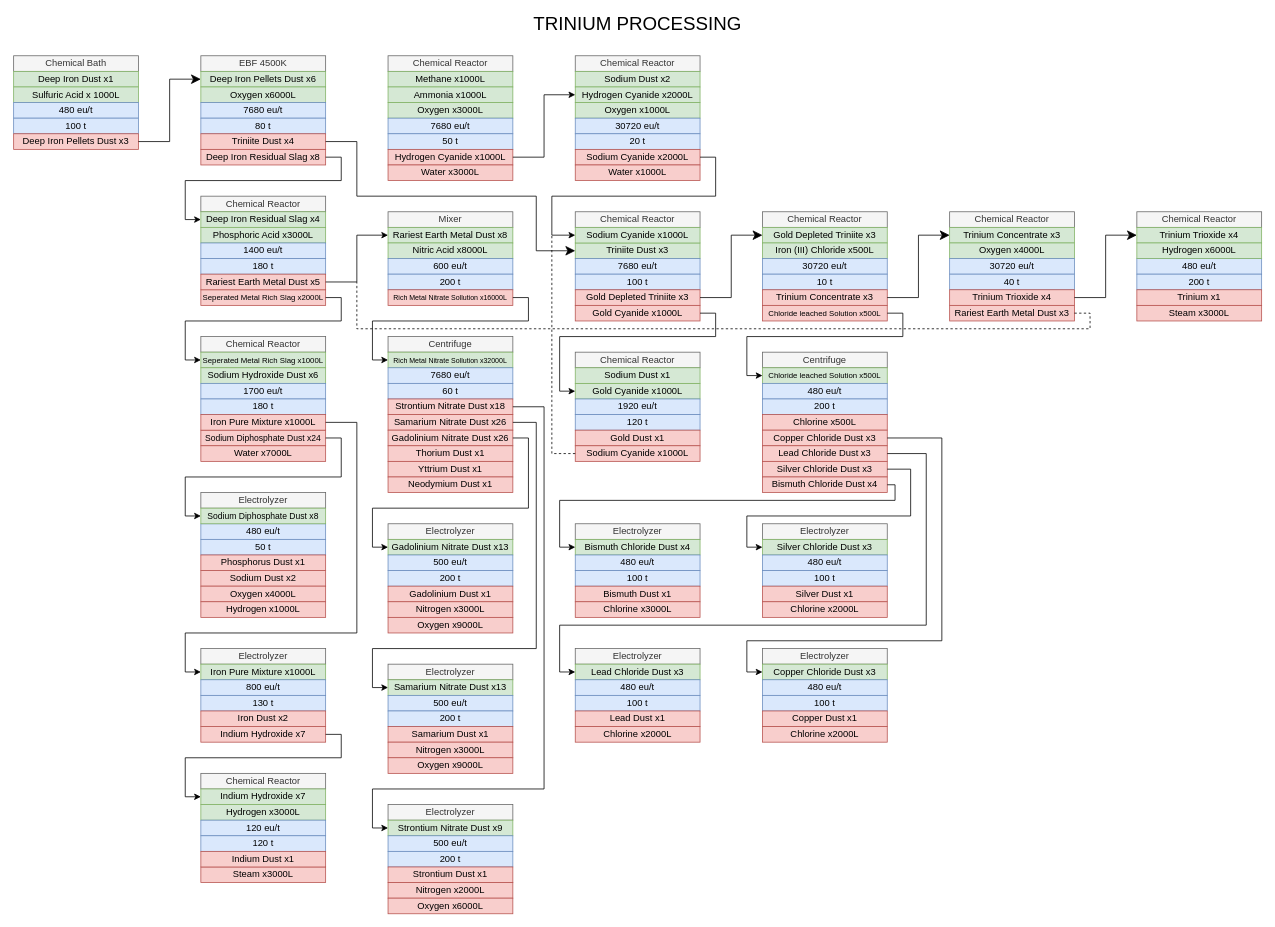
The draw.io diagram concepts/Trinium.drawio in GT-IMPACT/IMPACT-MODPACK, before the edit. Source tidied: cells renumbered, new cells numbered last; positions are measured from the earlier drawing's top-left corner, leaving out a move shared by most shapes. Both pictures are drawn from the tidied source at 78%, with x=0, y=0 at pixel (13, 16).
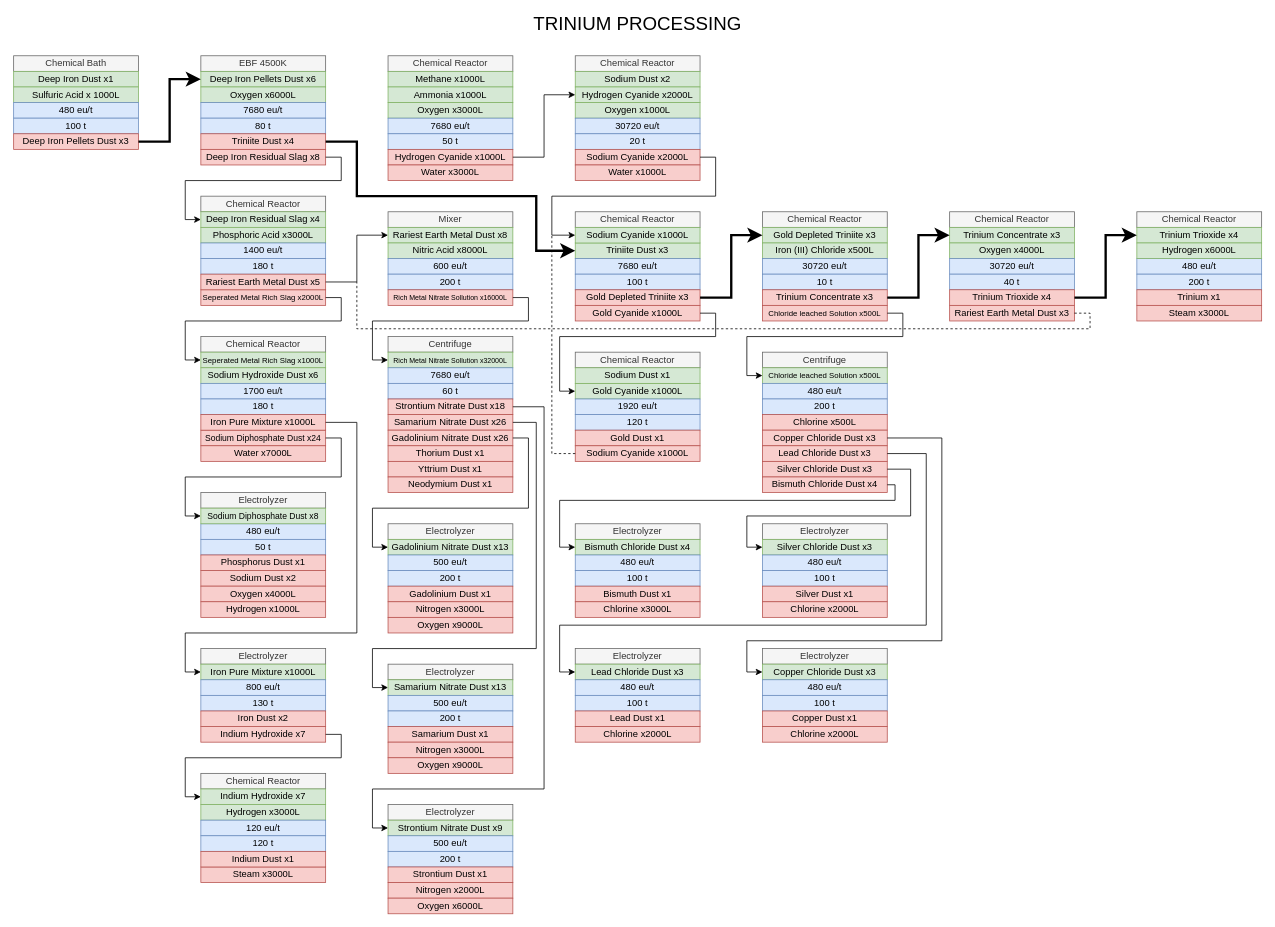
The same diagram, later.

Unchanged cells that the change refers to:
```xml
<mxCell id="7" value="&lt;font style=&quot;font-size: 12px&quot;&gt;Deep Iron Pellets Dust x3&lt;/font&gt;" style="rounded=0;whiteSpace=wrap;html=1;fillColor=#f8cecc;strokeColor=#b85450;" parent="1" vertex="1">
  <mxGeometry y="150" width="160" height="20" as="geometry" />
</mxCell>
<mxCell id="9" value="&lt;font style=&quot;font-size: 12px&quot;&gt;Deep Iron Pellets Dust x6&lt;/font&gt;" style="rounded=0;whiteSpace=wrap;html=1;fillColor=#d5e8d4;strokeColor=#82b366;" parent="1" vertex="1">
  <mxGeometry x="240" y="70" width="160" height="20" as="geometry" />
</mxCell>
<mxCell id="13" value="&lt;font style=&quot;font-size: 12px&quot;&gt;Triniite Dust x4&lt;/font&gt;" style="rounded=0;whiteSpace=wrap;html=1;fillColor=#f8cecc;strokeColor=#b85450;" parent="1" vertex="1">
  <mxGeometry x="240" y="150" width="160" height="20" as="geometry" />
</mxCell>
<mxCell id="100" value="&lt;font style=&quot;font-size: 12px&quot;&gt;Triniite Dust x3&lt;/font&gt;" style="rounded=0;whiteSpace=wrap;html=1;fillColor=#d5e8d4;strokeColor=#82b366;" parent="1" vertex="1">
  <mxGeometry x="720" y="290" width="160" height="20" as="geometry" />
</mxCell>
<mxCell id="104" value="&lt;font style=&quot;font-size: 12px&quot;&gt;Gold Depleted Triniite x3&lt;/font&gt;" style="rounded=0;whiteSpace=wrap;html=1;fillColor=#f8cecc;strokeColor=#b85450;" parent="1" vertex="1">
  <mxGeometry x="720" y="350" width="160" height="20" as="geometry" />
</mxCell>
<mxCell id="135" value="&lt;font style=&quot;font-size: 12px&quot;&gt;Gold Depleted Triniite x3&lt;/font&gt;" style="rounded=0;whiteSpace=wrap;html=1;fillColor=#d5e8d4;strokeColor=#82b366;" parent="1" vertex="1">
  <mxGeometry x="960" y="270" width="160" height="20" as="geometry" />
</mxCell>
<mxCell id="139" value="&lt;font style=&quot;font-size: 12px&quot;&gt;Trinium Concentrate x3&lt;/font&gt;" style="rounded=0;whiteSpace=wrap;html=1;fillColor=#f8cecc;strokeColor=#b85450;" parent="1" vertex="1">
  <mxGeometry x="960" y="350" width="160" height="20" as="geometry" />
</mxCell>
<mxCell id="181" value="&lt;font style=&quot;font-size: 12px&quot;&gt;Trinium Concentrate x3&lt;/font&gt;" style="rounded=0;whiteSpace=wrap;html=1;fillColor=#d5e8d4;strokeColor=#82b366;" parent="1" vertex="1">
  <mxGeometry x="1200" y="270" width="160" height="20" as="geometry" />
</mxCell>
<mxCell id="185" value="&lt;font style=&quot;font-size: 12px&quot;&gt;Trinium Trioxide x4&lt;/font&gt;" style="rounded=0;whiteSpace=wrap;html=1;fillColor=#f8cecc;strokeColor=#b85450;" parent="1" vertex="1">
  <mxGeometry x="1200" y="350" width="160" height="20" as="geometry" />
</mxCell>
<mxCell id="192" value="&lt;font style=&quot;font-size: 12px&quot;&gt;Trinium Trioxide x4&lt;/font&gt;" style="rounded=0;whiteSpace=wrap;html=1;fillColor=#d5e8d4;strokeColor=#82b366;" parent="1" vertex="1">
  <mxGeometry x="1440" y="270" width="160" height="20" as="geometry" />
</mxCell>
```

The edit, as a diff of the source:
```diff
@@
-    <mxCell id="15" style="endArrow=classic;html=1;exitX=1;exitY=0.5;exitDx=0;exitDy=0;entryX=0;entryY=0.5;entryDx=0;entryDy=0;rounded=0;endSize=10;startSize=10;jumpSize=6;" parent="1" edge="1" source="7" target="9">
+    <mxCell id="15" style="endArrow=classic;html=1;exitX=1;exitY=0.5;exitDx=0;exitDy=0;entryX=0;entryY=0.5;entryDx=0;entryDy=0;rounded=0;endSize=10;startSize=10;jumpSize=6;strokeWidth=3;" parent="1" edge="1" source="7" target="9">
       <mxGeometry relative="1" as="geometry">
         <Array as="points">
           <mxPoint x="200" y="160" />
           <mxPoint x="200" y="80" />
         </Array>
       </mxGeometry>
     </mxCell>
@@
-    <mxCell id="106" style="endArrow=classic;html=1;exitX=1;exitY=0.5;exitDx=0;exitDy=0;entryX=0;entryY=0.5;entryDx=0;entryDy=0;rounded=0;endSize=10;startSize=10;" parent="1" edge="1" source="13" target="100">
+    <mxCell id="106" style="endArrow=classic;html=1;exitX=1;exitY=0.5;exitDx=0;exitDy=0;entryX=0;entryY=0.5;entryDx=0;entryDy=0;rounded=0;endSize=10;startSize=10;strokeWidth=3;" parent="1" edge="1" source="13" target="100">
       <mxGeometry relative="1" as="geometry">
         <Array as="points">
           <mxPoint x="440" y="160" />
           <mxPoint x="440" y="230" />
           <mxPoint x="670" y="230" />
           <mxPoint x="670" y="300" />
         </Array>
       </mxGeometry>
     </mxCell>
@@
-    <mxCell id="141" style="endArrow=classic;html=1;startSize=10;endSize=10;exitX=1;exitY=0.5;exitDx=0;exitDy=0;entryX=0;entryY=0.5;entryDx=0;entryDy=0;rounded=0;" parent="1" edge="1" source="104" target="135">
+    <mxCell id="141" style="endArrow=classic;html=1;startSize=10;endSize=10;exitX=1;exitY=0.5;exitDx=0;exitDy=0;entryX=0;entryY=0.5;entryDx=0;entryDy=0;rounded=0;strokeWidth=3;" parent="1" edge="1" source="104" target="135">
       <mxGeometry relative="1" as="geometry">
         <Array as="points">
           <mxPoint x="920" y="360" />
           <mxPoint x="920" y="280" />
         </Array>
       </mxGeometry>
     </mxCell>
@@
-    <mxCell id="187" style="endArrow=classic;html=1;startSize=10;endSize=10;exitX=1;exitY=0.5;exitDx=0;exitDy=0;entryX=0;entryY=0.5;entryDx=0;entryDy=0;rounded=0;" parent="1" edge="1" source="139" target="181">
+    <mxCell id="187" style="endArrow=classic;html=1;startSize=10;endSize=10;exitX=1;exitY=0.5;exitDx=0;exitDy=0;entryX=0;entryY=0.5;entryDx=0;entryDy=0;rounded=0;strokeWidth=3;" parent="1" edge="1" source="139" target="181">
       <mxGeometry relative="1" as="geometry">
         <Array as="points">
           <mxPoint x="1160" y="360" />
           <mxPoint x="1160" y="280" />
         </Array>
       </mxGeometry>
     </mxCell>
@@
-    <mxCell id="196" style="endArrow=classic;html=1;startSize=10;endSize=10;exitX=1;exitY=0.5;exitDx=0;exitDy=0;entryX=0;entryY=0.5;entryDx=0;entryDy=0;rounded=0;" parent="1" edge="1" source="185" target="192">
+    <mxCell id="196" style="endArrow=classic;html=1;startSize=10;endSize=10;exitX=1;exitY=0.5;exitDx=0;exitDy=0;entryX=0;entryY=0.5;entryDx=0;entryDy=0;rounded=0;strokeWidth=3;" parent="1" edge="1" source="185" target="192">
       <mxGeometry relative="1" as="geometry">
         <Array as="points">
           <mxPoint x="1400" y="360" />
           <mxPoint x="1400" y="280" />
         </Array>
       </mxGeometry>
     </mxCell>
```
